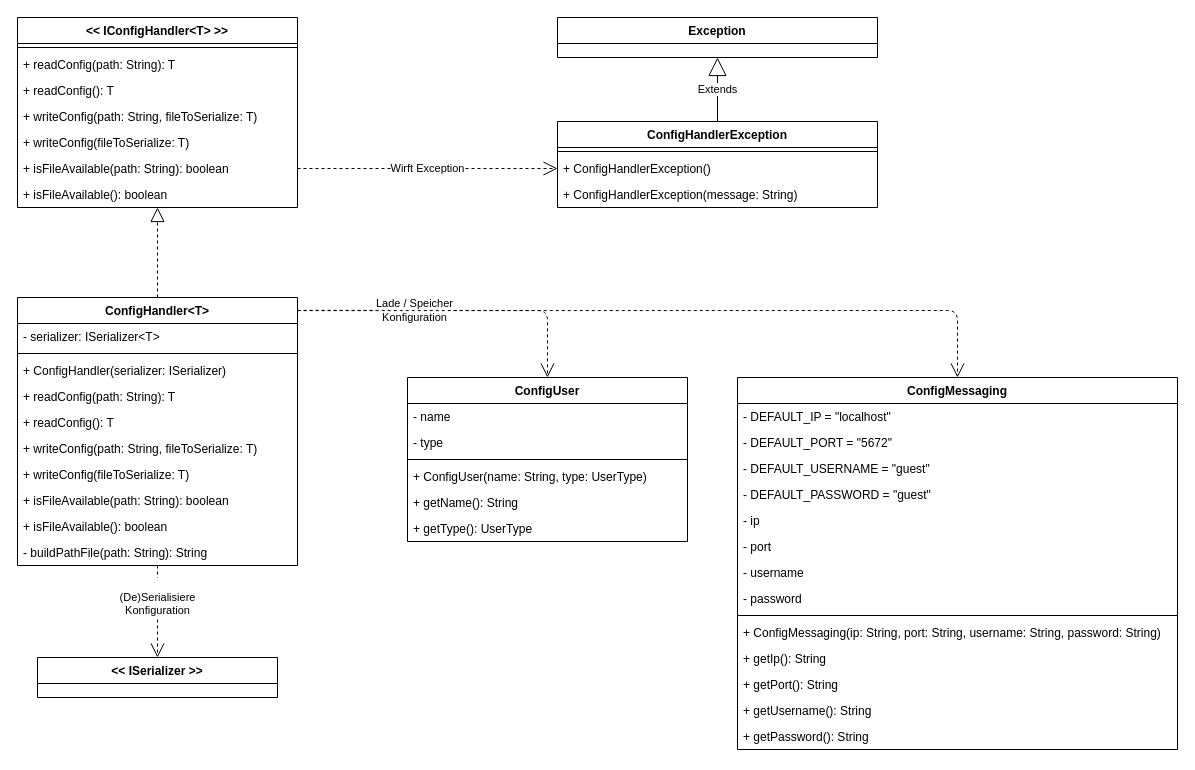
Above: uml/confighandler.drawio in DevNico/apt-cs-21 (draw.io), before the change. Source tidied: cells renumbered, new cells numbered last; positions are measured from the earlier drawing's top-left corner, leaving out a move shared by most shapes. Both pictures are drawn from the tidied source at 100%, with x=0, y=0 at pixel (17, 17).
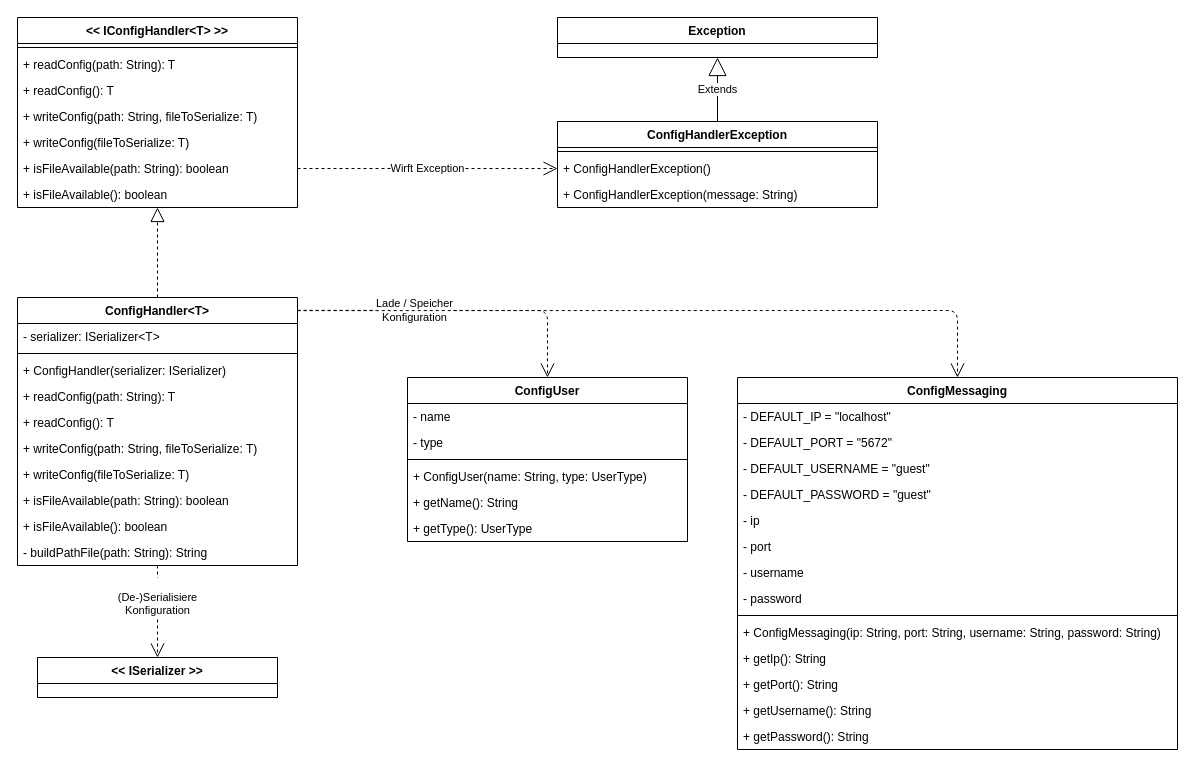
Above is the later version.

Commit message (it also covers changes not shown here):
Fixed small typo: (De-)Serialisiere ...

The change refers to these unchanged cells:
```xml
<mxCell id="10" value="ConfigHandler&lt;T&gt;" style="swimlane;fontStyle=1;align=center;verticalAlign=top;horizontal=1;startSize=26;" parent="1" vertex="1">
  <mxGeometry y="280" width="280" height="268" as="geometry" />
</mxCell>
<mxCell id="48" value="&lt;&lt; ISerializer &gt;&gt;" style="swimlane;fontStyle=1;align=center;verticalAlign=top;horizontal=1;startSize=26;" parent="1" vertex="1">
  <mxGeometry x="20" y="640" width="240" height="40" as="geometry" />
</mxCell>
```

Diff of the diagram source:
```diff
@@
-    <mxCell id="51" value="&lt;br&gt;&lt;div&gt;(De)Serialisiere&lt;/div&gt;&lt;div&gt;Konfiguration&lt;br&gt;&lt;/div&gt;" style="endArrow=open;endSize=12;dashed=1;html=1;entryX=0.5;entryY=0;entryDx=0;entryDy=0;exitX=0.5;exitY=1;exitDx=0;exitDy=0;" parent="1" edge="1" source="10" target="48">
+    <mxCell id="51" value="&lt;br&gt;&lt;div&gt;(De-)Serialisiere&lt;/div&gt;&lt;div&gt;Konfiguration&lt;br&gt;&lt;/div&gt;" style="endArrow=open;endSize=12;dashed=1;html=1;entryX=0.5;entryY=0;entryDx=0;entryDy=0;exitX=0.5;exitY=1;exitDx=0;exitDy=0;" parent="1" edge="1" source="10" target="48">
       <mxGeometry x="-0.3" relative="1" as="geometry" />
     </mxCell>
```
